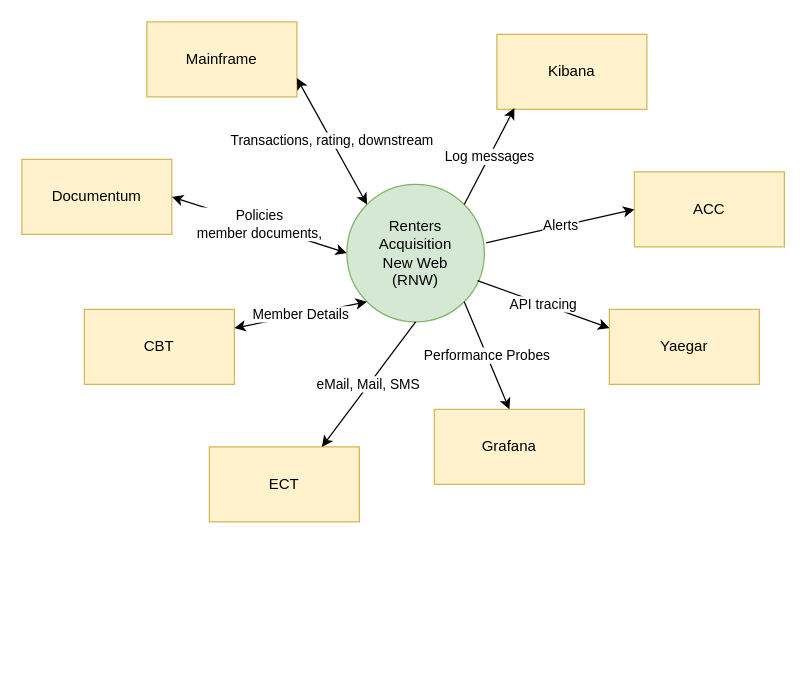
Above: page "New Web" (1 of 2) of System Context Diagram.drawio in jeffkreska/git-release-notes (draw.io), before the change. Source tidied: cells renumbered, new cells numbered last; positions are measured from the earlier drawing's top-left corner, leaving out a move shared by most shapes. Both pictures are drawn from the tidied source at 125%, with x=0, y=0 at pixel (21, 21).
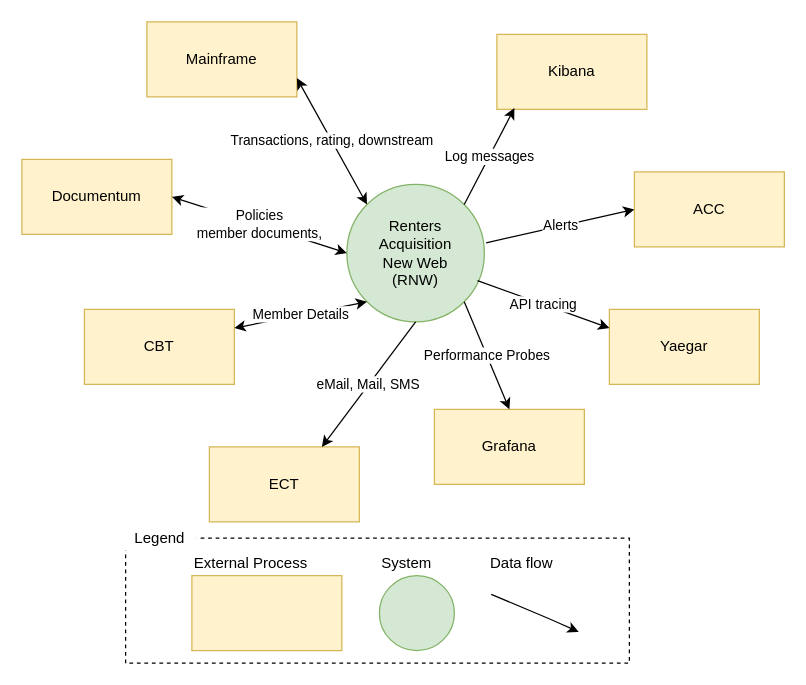
Above is the later version.

Change to the diagram source:
```diff
@@
+    <mxCell id="19" style="group;shadow=0;sketch=0;" parent="1" vertex="1">
+      <mxGeometry x="80" y="410" width="406" height="103" as="geometry" />
+    </mxCell>
+    <mxCell id="20" style="rounded=0;whiteSpace=wrap;html=1;shadow=0;dashed=1;" parent="19" vertex="1">
+      <mxGeometry x="3" y="3" width="403" height="100" as="geometry" />
+    </mxCell>
+    <mxCell id="21" value="Legend" style="text;html=1;align=center;verticalAlign=middle;strokeColor=none;rounded=0;shadow=0;fillColor=#ffffff;" parent="19" vertex="1">
+      <mxGeometry y="-7" width="60" height="20" as="geometry" />
+    </mxCell>
+    <mxCell id="22" style="group;shadow=0;" parent="19" vertex="1">
+      <mxGeometry x="293" y="38" width="100" height="55" as="geometry" />
+    </mxCell>
+    <mxCell id="23" style="group;shadow=0;" parent="22" vertex="1">
+      <mxGeometry width="100" height="55" as="geometry" />
+    </mxCell>
+    <mxCell id="24" style="group;shadow=0;" parent="23" vertex="1">
+      <mxGeometry width="100" height="55" as="geometry" />
+    </mxCell>
+    <mxCell id="25" style="rounded=0;whiteSpace=wrap;html=1;strokeColor=none;shadow=0;" parent="24" vertex="1">
+      <mxGeometry x="-20" y="-5" width="120" height="60" as="geometry" />
+    </mxCell>
+    <mxCell id="26" style="rounded=0;whiteSpace=wrap;html=1;strokeColor=none;shadow=0;" parent="24" vertex="1">
+      <mxGeometry width="10" height="10" as="geometry" />
+    </mxCell>
+    <mxCell id="27" style="rounded=0;whiteSpace=wrap;html=1;strokeColor=none;shadow=0;" parent="24" vertex="1">
+      <mxGeometry x="70" y="40" width="10" height="10" as="geometry" />
+    </mxCell>
+    <mxCell id="28" style="endArrow=classic;html=1;exitX=0.25;exitY=1;exitDx=0;exitDy=0;entryX=0.25;entryY=0;entryDx=0;entryDy=0;shadow=0;" parent="24" edge="1" source="26" target="27">
+      <mxGeometry relative="1" as="geometry">
+        <Array as="points">
+          <mxPoint x="50" y="30" />
+        </Array>
+      </mxGeometry>
+    </mxCell>
+    <mxCell id="29" style="whiteSpace=wrap;html=1;fillColor=#fff2cc;strokeColor=#d6b656;shadow=0;" parent="19" vertex="1">
+      <mxGeometry x="56" y="33" width="120" height="60" as="geometry" />
+    </mxCell>
+    <mxCell id="30" style="ellipse;whiteSpace=wrap;html=1;fillColor=#d5e8d4;strokeColor=#82b366;shadow=0;" parent="19" vertex="1">
+      <mxGeometry x="206" y="33" width="60" height="60" as="geometry" />
+    </mxCell>
+    <mxCell id="31" value="Data flow" style="text;html=1;align=left;verticalAlign=middle;fillColor=none;strokeColor=none;rounded=0;shadow=0;" parent="19" vertex="1">
+      <mxGeometry x="293" y="13" width="70" height="20" as="geometry" />
+    </mxCell>
+    <mxCell id="32" value="System" style="text;html=1;align=left;verticalAlign=middle;fillColor=none;strokeColor=none;rounded=0;shadow=0;" parent="19" vertex="1">
+      <mxGeometry x="206" y="13" width="60" height="20" as="geometry" />
+    </mxCell>
+    <mxCell id="33" value="External Process" style="text;html=1;align=left;verticalAlign=middle;fillColor=none;strokeColor=none;rounded=0;shadow=0;" parent="19" vertex="1">
+      <mxGeometry x="56" y="13" width="110" height="20" as="geometry" />
+    </mxCell>
```
